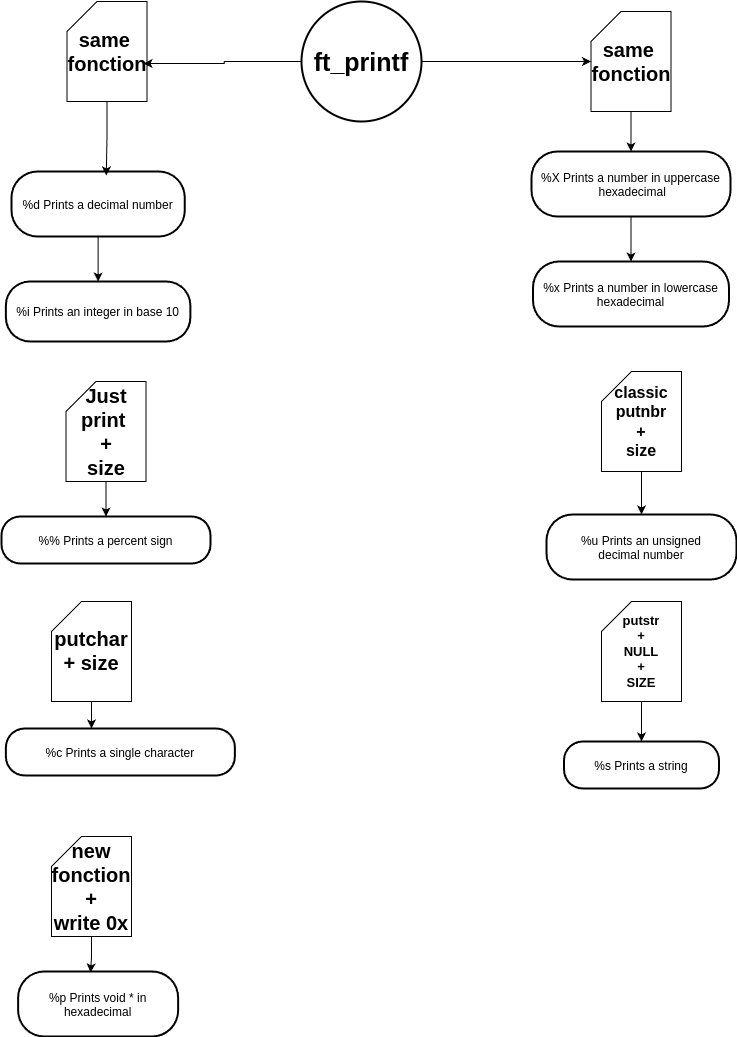
The draw.io diagram diag_printf.drawio.png in Lyricallll/ft_printf, before a commit. Source tidied: cells renumbered, new cells last; positions are measured from the earlier drawing's top-left corner, leaving out a move shared by most shapes.
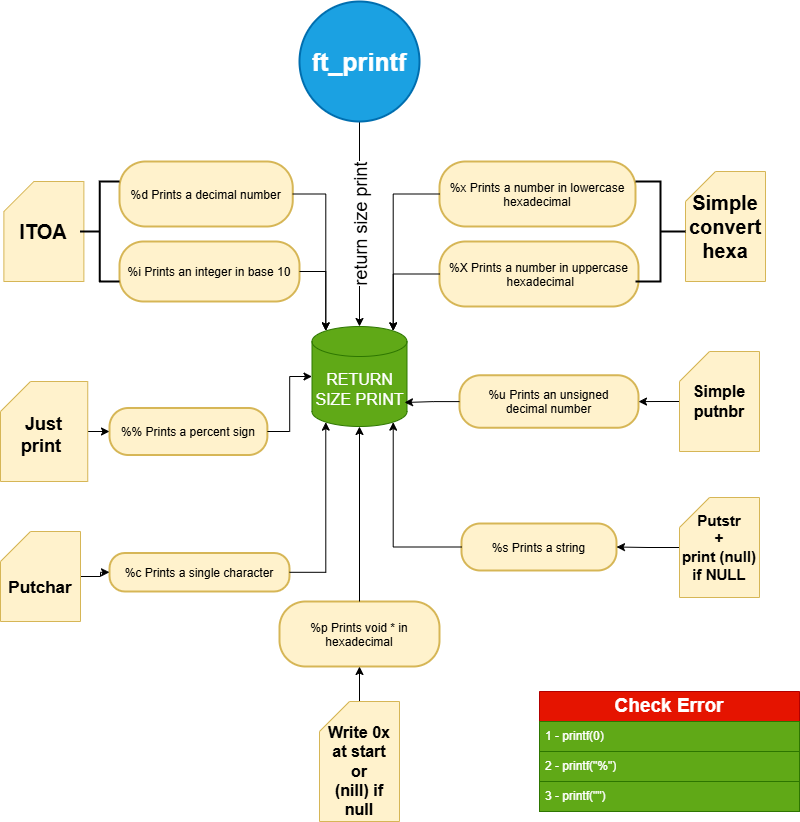
After the commit.

Commit message:
Mettre à jour diag_printf.drawio.png

What changed in the source:
```diff
@@ -2,94 +2,122 @@
   <root>
     <mxCell id="0" />
     <mxCell id="1" parent="0" />
-    <mxCell id="2" style="edgeStyle=orthogonalEdgeStyle;rounded=0;jettySize=auto;html=1;fontSize=20;fontStyle=1;" parent="1" edge="1" source="3" target="18">
-      <mxGeometry relative="1" as="geometry" />
-    </mxCell>
+    <mxCell id="30" value="&lt;font style=&quot;font-size: 18px;&quot;&gt;return size print&lt;/font&gt;" style="edgeStyle=orthogonalEdgeStyle;rounded=0;jettySize=auto;html=1;entryX=0.5;entryY=0;entryDx=0;entryDy=0;entryPerimeter=0;horizontal=0;fontSize=21;verticalAlign=middle;" parent="1" edge="1" source="3" target="31">
+      <mxGeometry relative="1" as="geometry" />
+    </mxCell>
-    <mxCell id="3" value="ft_printf" style="ellipse;strokeWidth=2;whiteSpace=wrap;fontSize=25;fontStyle=1;" parent="1" vertex="1">
+    <mxCell id="3" value="ft_printf" style="ellipse;strokeWidth=2;whiteSpace=wrap;fontSize=25;fontStyle=1;fillColor=#1ba1e2;strokeColor=#006EAF;fontColor=#ffffff;" parent="1" vertex="1">
       <mxGeometry x="300" width="120" height="120" as="geometry" />
     </mxCell>
-    <mxCell id="4" value="%c Prints a single character" style="rounded=1;arcSize=40;strokeWidth=2;" parent="1" vertex="1">
-      <mxGeometry x="4.4" y="727" width="229" height="47" as="geometry" />
+    <mxCell id="4" value="%c Prints a single character" style="rounded=1;arcSize=40;strokeWidth=2;fillColor=#fff2cc;strokeColor=#d6b656;" parent="1" vertex="1">
+      <mxGeometry x="110" y="551.5" width="180" height="38.5" as="geometry" />
     </mxCell>
-    <mxCell id="5" value="%s Prints a string" style="rounded=1;arcSize=40;strokeWidth=2;" parent="1" vertex="1">
-      <mxGeometry x="562.5" y="740" width="155" height="47" as="geometry" />
+    <mxCell id="5" value="%s Prints a string" style="rounded=1;arcSize=40;strokeWidth=2;fillColor=#fff2cc;strokeColor=#d6b656;" parent="1" vertex="1">
+      <mxGeometry x="462" y="522" width="155" height="47" as="geometry" />
     </mxCell>
-    <mxCell id="6" value="%p Prints void * in&#10;hexadecimal" style="rounded=1;arcSize=40;strokeWidth=2;" parent="1" vertex="1">
-      <mxGeometry x="16.6" y="970" width="160" height="65" as="geometry" />
+    <mxCell id="6" value="%p Prints void * in&#10;hexadecimal" style="rounded=1;arcSize=40;strokeWidth=2;fillColor=#fff2cc;strokeColor=#d6b656;" parent="1" vertex="1">
+      <mxGeometry x="280" y="600" width="160" height="65" as="geometry" />
     </mxCell>
-    <mxCell id="7" style="edgeStyle=orthogonalEdgeStyle;rounded=0;jettySize=auto;html=1;fontSize=20;fontStyle=1;" parent="1" edge="1" source="8" target="9">
-      <mxGeometry relative="1" as="geometry" />
-    </mxCell>
-    <mxCell id="8" value="%d Prints a decimal number" style="rounded=1;arcSize=40;strokeWidth=2;" parent="1" vertex="1">
-      <mxGeometry x="10" y="170" width="173.2" height="65" as="geometry" />
+    <mxCell id="8" value="%d Prints a decimal number" style="rounded=1;arcSize=40;strokeWidth=2;fillColor=#fff2cc;strokeColor=#d6b656;" parent="1" vertex="1">
+      <mxGeometry x="120" y="160" width="173.2" height="65" as="geometry" />
     </mxCell>
-    <mxCell id="9" value="%i Prints an integer in base 10" style="rounded=1;arcSize=40;strokeWidth=2;" parent="1" vertex="1">
-      <mxGeometry x="4.4" y="280" width="184.5" height="60" as="geometry" />
+    <mxCell id="9" value="%i Prints an integer in base 10" style="rounded=1;arcSize=40;strokeWidth=2;fillColor=#fff2cc;strokeColor=#d6b656;" parent="1" vertex="1">
+      <mxGeometry x="120" y="240" width="180" height="60" as="geometry" />
     </mxCell>
-    <mxCell id="10" value="%u Prints an unsigned&#10;decimal number" style="rounded=1;arcSize=40;strokeWidth=2;fontStyle=0;fontSize=12;" parent="1" vertex="1">
-      <mxGeometry x="545" y="513" width="190" height="65" as="geometry" />
+    <mxCell id="10" value="%u Prints an unsigned&#10;decimal number" style="rounded=1;arcSize=40;strokeWidth=2;fontStyle=0;fontSize=12;fillColor=#fff2cc;strokeColor=#d6b656;" parent="1" vertex="1">
+      <mxGeometry x="460" y="373.8" width="179" height="52.5" as="geometry" />
     </mxCell>
-    <mxCell id="11" value="%x Prints a number in lowercase&#10;hexadecimal" style="rounded=1;arcSize=40;strokeWidth=2;" parent="1" vertex="1">
-      <mxGeometry x="531.5" y="260" width="196" height="65" as="geometry" />
+    <mxCell id="11" value="%x Prints a number in lowercase&#10;hexadecimal" style="rounded=1;arcSize=40;strokeWidth=2;fillColor=#fff2cc;strokeColor=#d6b656;" parent="1" vertex="1">
+      <mxGeometry x="440" y="160" width="196" height="65" as="geometry" />
     </mxCell>
-    <mxCell id="12" style="edgeStyle=orthogonalEdgeStyle;rounded=0;jettySize=auto;html=1;fontSize=20;fontStyle=1;" parent="1" edge="1" source="13" target="11">
-      <mxGeometry relative="1" as="geometry" />
-    </mxCell>
-    <mxCell id="13" value="%X Prints a number in uppercase&#10; hexadecimal" style="rounded=1;arcSize=40;strokeWidth=2;" parent="1" vertex="1">
-      <mxGeometry x="530" y="150" width="199" height="65" as="geometry" />
+    <mxCell id="13" value="%X Prints a number in uppercase&#10; hexadecimal" style="rounded=1;arcSize=40;strokeWidth=2;fillColor=#fff2cc;strokeColor=#d6b656;" parent="1" vertex="1">
+      <mxGeometry x="440" y="240" width="199" height="65" as="geometry" />
     </mxCell>
-    <mxCell id="14" value="%% Prints a percent sign" style="rounded=1;arcSize=40;strokeWidth=2;" parent="1" vertex="1">
-      <mxGeometry y="515" width="209" height="47" as="geometry" />
+    <mxCell id="14" value="%% Prints a percent sign" style="rounded=1;arcSize=40;strokeWidth=2;fillColor=#fff2cc;strokeColor=#d6b656;" parent="1" vertex="1">
+      <mxGeometry x="110" y="406.5" width="157.9" height="47" as="geometry" />
     </mxCell>
-    <mxCell id="15" value="same&amp;nbsp;&lt;div&gt;fonction&lt;/div&gt;" style="shape=card;whiteSpace=wrap;html=1;fontSize=20;fontStyle=1;" parent="1" vertex="1">
-      <mxGeometry x="65.5" width="80" height="100" as="geometry" />
+    <mxCell id="15" value="ITOA" style="shape=card;whiteSpace=wrap;html=1;fontSize=20;fontStyle=1;fillColor=#fff2cc;strokeColor=#d6b656;" parent="1" vertex="1">
+      <mxGeometry x="4.4" y="180" width="80" height="100" as="geometry" />
     </mxCell>
-    <mxCell id="16" style="edgeStyle=orthogonalEdgeStyle;rounded=0;jettySize=auto;html=1;entryX=0.547;entryY=0.062;entryDx=0;entryDy=0;entryPerimeter=0;fontSize=20;fontStyle=1;" parent="1" edge="1" source="15" target="8">
-      <mxGeometry relative="1" as="geometry" />
-    </mxCell>
-    <mxCell id="17" style="edgeStyle=orthogonalEdgeStyle;rounded=0;jettySize=auto;html=1;entryX=0.5;entryY=0;entryDx=0;entryDy=0;fontSize=20;fontStyle=1;" parent="1" edge="1" source="18" target="13">
-      <mxGeometry relative="1" as="geometry" />
-    </mxCell>
-    <mxCell id="18" value="same&amp;nbsp;&lt;div&gt;fonction&lt;/div&gt;" style="shape=card;whiteSpace=wrap;html=1;fontSize=20;fontStyle=1;" parent="1" vertex="1">
-      <mxGeometry x="589.5" y="10" width="80" height="100" as="geometry" />
+    <mxCell id="18" value="Simple&lt;div&gt;convert&lt;div&gt;hexa&lt;/div&gt;&lt;/div&gt;" style="shape=card;whiteSpace=wrap;html=1;fontSize=20;fontStyle=1;fillColor=#fff2cc;strokeColor=#d6b656;" parent="1" vertex="1">
+      <mxGeometry x="686" y="170" width="80" height="110" as="geometry" />
     </mxCell>
     <mxCell id="19" style="edgeStyle=orthogonalEdgeStyle;rounded=0;jettySize=auto;html=1;fontSize=20;fontStyle=1;" parent="1" edge="1" source="20" target="14">
       <mxGeometry x="0.11" y="6" relative="1" as="geometry" />
     </mxCell>
-    <mxCell id="20" value="Just print&amp;nbsp;&lt;div&gt;+&lt;/div&gt;&lt;div&gt;size&lt;/div&gt;" style="shape=card;whiteSpace=wrap;html=1;fontSize=20;fontStyle=1;" parent="1" vertex="1">
-      <mxGeometry x="64.5" y="380" width="80" height="100" as="geometry" />
+    <mxCell id="20" value="Just print&amp;nbsp;&lt;div&gt;&lt;br&gt;&lt;/div&gt;" style="shape=card;whiteSpace=wrap;html=1;fontSize=18;fontStyle=1;verticalAlign=bottom;fillColor=#fff2cc;strokeColor=#d6b656;" parent="1" vertex="1">
+      <mxGeometry x="1" y="380" width="87.2" height="100" as="geometry" />
     </mxCell>
     <mxCell id="21" style="edgeStyle=orthogonalEdgeStyle;rounded=0;jettySize=auto;html=1;" parent="1" edge="1" source="22" target="10">
       <mxGeometry relative="1" as="geometry" />
     </mxCell>
-    <mxCell id="22" value="classic putnbr&lt;div&gt;+&lt;/div&gt;&lt;div&gt;size&lt;/div&gt;" style="shape=card;whiteSpace=wrap;html=1;fontSize=16;fontStyle=1;" parent="1" vertex="1">
-      <mxGeometry x="600" y="370" width="80" height="100" as="geometry" />
+    <mxCell id="22" value="Simple&lt;div&gt;putnbr&lt;/div&gt;" style="shape=card;whiteSpace=wrap;html=1;fontSize=16;fontStyle=1;verticalAlign=middle;fillColor=#fff2cc;strokeColor=#d6b656;" parent="1" vertex="1">
+      <mxGeometry x="680" y="350" width="80" height="100" as="geometry" />
     </mxCell>
     <mxCell id="23" style="edgeStyle=orthogonalEdgeStyle;rounded=0;jettySize=auto;html=1;fontStyle=1;" parent="1" edge="1" source="24" target="5">
       <mxGeometry relative="1" as="geometry" />
     </mxCell>
-    <mxCell id="24" value="putstr&lt;div&gt;+&lt;/div&gt;&lt;div&gt;NULL&lt;/div&gt;&lt;div&gt;+&lt;/div&gt;&lt;div&gt;SIZE&lt;/div&gt;" style="shape=card;whiteSpace=wrap;html=1;fontSize=13;fontStyle=1;" parent="1" vertex="1">
-      <mxGeometry x="600" y="600" width="80" height="100" as="geometry" />
+    <mxCell id="24" value="Putstr&lt;div&gt;+&lt;/div&gt;&lt;div&gt;print (null)&lt;/div&gt;&lt;div&gt;if NULL&lt;/div&gt;" style="shape=card;whiteSpace=wrap;html=1;fontSize=15;fontStyle=1;fillColor=#fff2cc;strokeColor=#d6b656;" parent="1" vertex="1">
+      <mxGeometry x="680" y="496" width="80" height="100" as="geometry" />
     </mxCell>
-    <mxCell id="25" style="edgeStyle=orthogonalEdgeStyle;rounded=0;jettySize=auto;html=1;fontSize=20;fontStyle=1;" parent="1" edge="1" source="26" target="4">
-      <mxGeometry relative="1" as="geometry">
-        <Array as="points">
-          <mxPoint x="90" y="730" />
-          <mxPoint x="90" y="730" />
-        </Array>
-      </mxGeometry>
+    <mxCell id="25" style="edgeStyle=orthogonalEdgeStyle;rounded=0;jettySize=auto;html=1;entryX=0;entryY=0.5;entryDx=0;entryDy=0;" parent="1" edge="1" source="26" target="4">
+      <mxGeometry relative="1" as="geometry" />
     </mxCell>
-    <mxCell id="26" value="putchar + size&lt;div&gt;&lt;br&gt;&lt;/div&gt;" style="shape=card;whiteSpace=wrap;html=1;fontSize=20;fontStyle=1;align=center;verticalAlign=bottom;" parent="1" vertex="1">
-      <mxGeometry x="50" y="600" width="80" height="100" as="geometry" />
+    <mxCell id="26" value="&lt;div&gt;&lt;br&gt;&lt;/div&gt;&lt;div&gt;&lt;br&gt;&lt;/div&gt;&lt;div&gt;&lt;br&gt;&lt;/div&gt;&lt;div&gt;&lt;br&gt;&lt;/div&gt;&lt;div&gt;&lt;br&gt;&lt;/div&gt;&lt;div&gt;&lt;br&gt;&lt;/div&gt;Putchar&lt;div&gt;&lt;div&gt;&lt;br&gt;&lt;/div&gt;&lt;/div&gt;" style="shape=card;whiteSpace=wrap;html=1;fontSize=17;fontStyle=1;align=center;verticalAlign=bottom;fillColor=#fff2cc;strokeColor=#d6b656;" parent="1" vertex="1">
+      <mxGeometry x="1" y="530" width="80" height="90" as="geometry" />
     </mxCell>
-    <mxCell id="27" style="edgeStyle=orthogonalEdgeStyle;rounded=0;jettySize=auto;html=1;entryX=0.453;entryY=0.015;entryDx=0;entryDy=0;entryPerimeter=0;fontSize=20;fontStyle=1;" parent="1" edge="1" source="28" target="6">
+    <mxCell id="27" style="edgeStyle=orthogonalEdgeStyle;rounded=0;jettySize=auto;html=1;entryX=0.5;entryY=1;entryDx=0;entryDy=0;" parent="1" edge="1" source="28" target="6">
       <mxGeometry relative="1" as="geometry" />
     </mxCell>
-    <mxCell id="28" value="new fonction +&lt;div&gt;write 0x&lt;/div&gt;" style="shape=card;whiteSpace=wrap;html=1;fontSize=20;fontStyle=1;" parent="1" vertex="1">
-      <mxGeometry x="50" y="835" width="80" height="100" as="geometry" />
+    <mxCell id="28" value="&lt;br&gt;&lt;div&gt;Write 0x&lt;/div&gt;&lt;div&gt;at start&lt;/div&gt;&lt;div&gt;or&lt;/div&gt;&lt;div&gt;(nill) if null&lt;/div&gt;" style="shape=card;whiteSpace=wrap;html=1;fontSize=16;fontStyle=1;fillColor=#fff2cc;strokeColor=#d6b656;" parent="1" vertex="1">
+      <mxGeometry x="320" y="700" width="80" height="120" as="geometry" />
     </mxCell>
-    <mxCell id="29" style="edgeStyle=orthogonalEdgeStyle;rounded=0;jettySize=auto;html=1;entryX=0.956;entryY=0.62;entryDx=0;entryDy=0;entryPerimeter=0;" parent="1" edge="1" source="3" target="15">
-      <mxGeometry relative="1" as="geometry" />
-    </mxCell>
+    <mxCell id="31" value="&lt;div&gt;RETURN&lt;/div&gt;SIZE PRINT" style="shape=cylinder3;whiteSpace=wrap;html=1;boundedLbl=1;backgroundOutline=1;size=15;fontSize=16;fillColor=#60a917;strokeColor=#2D7600;fontColor=#ffffff;fontStyle=0;" parent="1" vertex="1">
+      <mxGeometry x="312.5" y="325" width="95" height="100" as="geometry" />
+    </mxCell>
+    <mxCell id="32" style="strokeWidth=2;html=1;shape=mxgraph.flowchart.annotation_2;align=left;labelPosition=right;" parent="1" vertex="1">
+      <mxGeometry x="80.5" y="180" width="39.5" height="100" as="geometry" />
+    </mxCell>
+    <mxCell id="33" style="edgeStyle=orthogonalEdgeStyle;rounded=0;jettySize=auto;html=1;entryX=0.145;entryY=0;entryDx=0;entryDy=4.35;entryPerimeter=0;" parent="1" edge="1" source="8" target="31">
+      <mxGeometry relative="1" as="geometry" />
+    </mxCell>
+    <mxCell id="34" style="edgeStyle=orthogonalEdgeStyle;rounded=0;jettySize=auto;html=1;entryX=0.145;entryY=0;entryDx=0;entryDy=4.35;entryPerimeter=0;" parent="1" edge="1" source="9" target="31">
+      <mxGeometry relative="1" as="geometry" />
+    </mxCell>
+    <mxCell id="35" style="edgeStyle=orthogonalEdgeStyle;rounded=0;jettySize=auto;html=1;entryX=0;entryY=0.5;entryDx=0;entryDy=0;entryPerimeter=0;" parent="1" edge="1" source="14" target="31">
+      <mxGeometry relative="1" as="geometry" />
+    </mxCell>
+    <mxCell id="36" style="edgeStyle=orthogonalEdgeStyle;rounded=0;jettySize=auto;html=1;entryX=0.145;entryY=1;entryDx=0;entryDy=-4.35;entryPerimeter=0;" parent="1" edge="1" source="4" target="31">
+      <mxGeometry relative="1" as="geometry" />
+    </mxCell>
+    <mxCell id="37" style="edgeStyle=orthogonalEdgeStyle;rounded=0;jettySize=auto;html=1;entryX=0.5;entryY=1;entryDx=0;entryDy=0;entryPerimeter=0;" parent="1" edge="1" source="6" target="31">
+      <mxGeometry relative="1" as="geometry" />
+    </mxCell>
+    <mxCell id="38" style="strokeWidth=2;html=1;shape=mxgraph.flowchart.annotation_2;align=left;labelPosition=right;direction=west;" parent="1" vertex="1">
+      <mxGeometry x="636" y="180" width="50" height="100" as="geometry" />
+    </mxCell>
+    <mxCell id="39" style="edgeStyle=orthogonalEdgeStyle;rounded=0;jettySize=auto;html=1;entryX=0.855;entryY=0;entryDx=0;entryDy=4.35;entryPerimeter=0;" parent="1" edge="1" source="11" target="31">
+      <mxGeometry relative="1" as="geometry" />
+    </mxCell>
+    <mxCell id="40" style="edgeStyle=orthogonalEdgeStyle;rounded=0;jettySize=auto;html=1;entryX=0.855;entryY=0;entryDx=0;entryDy=4.35;entryPerimeter=0;" parent="1" edge="1" source="13" target="31">
+      <mxGeometry relative="1" as="geometry" />
+    </mxCell>
+    <mxCell id="41" style="edgeStyle=orthogonalEdgeStyle;rounded=0;jettySize=auto;html=1;entryX=0.974;entryY=0.76;entryDx=0;entryDy=0;entryPerimeter=0;" parent="1" edge="1" source="10" target="31">
+      <mxGeometry relative="1" as="geometry" />
+    </mxCell>
+    <mxCell id="42" style="edgeStyle=orthogonalEdgeStyle;rounded=0;jettySize=auto;html=1;entryX=0.855;entryY=1;entryDx=0;entryDy=-4.35;entryPerimeter=0;" parent="1" edge="1" source="5" target="31">
+      <mxGeometry relative="1" as="geometry" />
+    </mxCell>
+    <mxCell id="43" value="Check Error" style="swimlane;fontStyle=1;horizontal=1;startSize=30;whiteSpace=wrap;html=1;fillColor=#e51400;strokeColor=#B20000;fontColor=#ffffff;fontSize=19;" parent="1" vertex="1">
+      <mxGeometry x="540" y="690" width="260" height="120" as="geometry" />
+    </mxCell>
+    <mxCell id="44" value="1 -&amp;nbsp;&lt;span style=&quot;background-color: initial;&quot;&gt;printf(0)&lt;/span&gt;" style="text;strokeColor=#2D7600;fillColor=#60a917;align=left;verticalAlign=middle;spacingLeft=4;spacingRight=4;overflow=hidden;whiteSpace=wrap;html=1;fontColor=#ffffff;" parent="43" vertex="1">
+      <mxGeometry y="30" width="260" height="30" as="geometry" />
+    </mxCell>
+    <mxCell id="45" value="2 - printf(&quot;%&quot;)" style="text;strokeColor=#2D7600;fillColor=#60a917;align=left;verticalAlign=middle;spacingLeft=4;spacingRight=4;overflow=hidden;whiteSpace=wrap;html=1;fontColor=#ffffff;" parent="43" vertex="1">
+      <mxGeometry y="60" width="260" height="30" as="geometry" />
+    </mxCell>
+    <mxCell id="46" value="&lt;span style=&quot;background-color: initial;&quot;&gt;3 - printf(&quot;&quot;)&lt;/span&gt;" style="text;strokeColor=#2D7600;fillColor=#60a917;align=left;verticalAlign=middle;spacingLeft=4;spacingRight=4;overflow=hidden;whiteSpace=wrap;html=1;fontColor=#ffffff;" parent="43" vertex="1">
+      <mxGeometry y="90" width="260" height="30" as="geometry" />
+    </mxCell>
   </root>
 </mxGraphModel>
```
